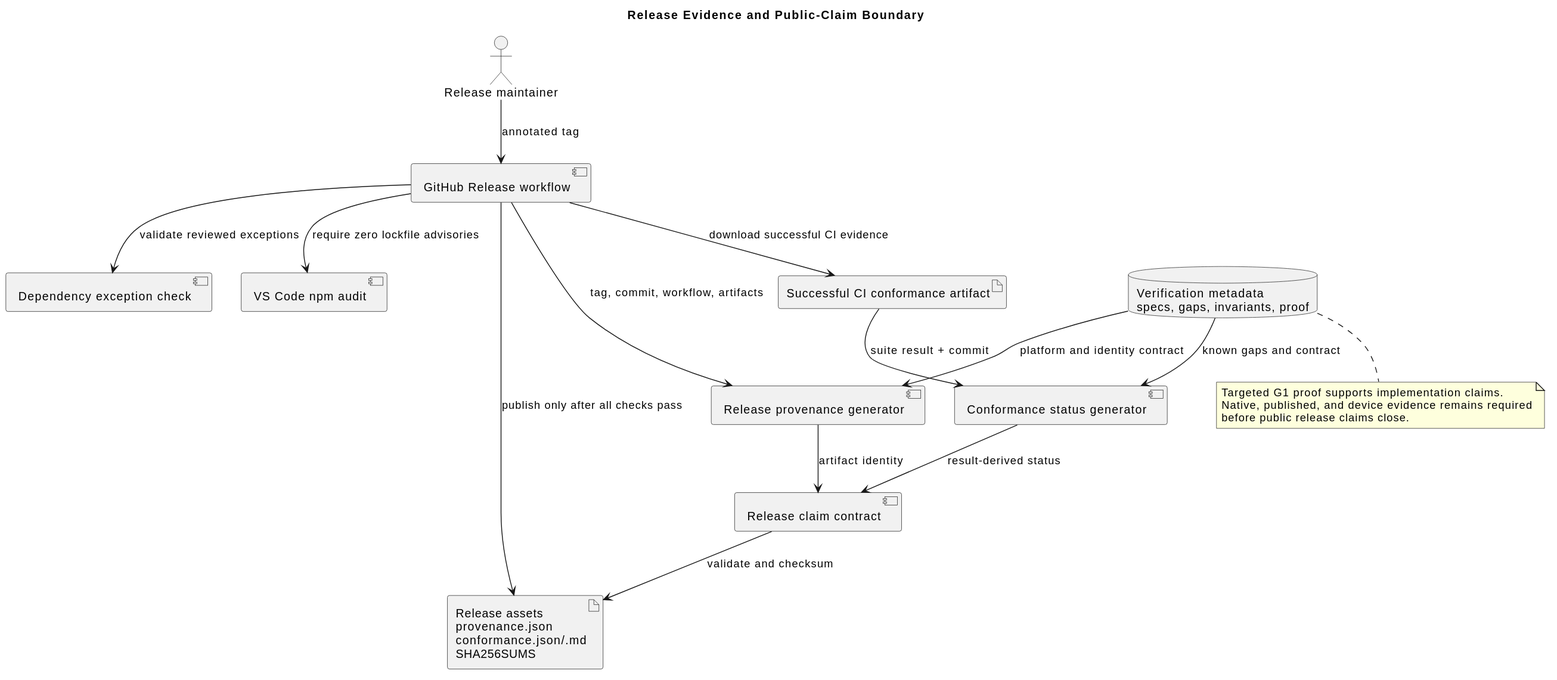
Before: docs/diagrams/generated/release-evidence-flow.svg, a diagram exported from PlantUML (johannesPettersson80/trust-platform). The source it was exported from:
```plantuml
@startuml
title Release Evidence and Public-Claim Boundary

actor "Release maintainer" as maintainer
component "GitHub Release workflow" as release
component "Dependency exception check" as dependencyPolicy
component "VS Code npm audit" as npmAudit
artifact "Successful CI conformance artifact" as conformanceInput
component "Conformance status generator" as conformanceGenerator
component "Release provenance generator" as provenanceGenerator
component "Release claim contract" as claimContract
artifact "Release assets\nprovenance.json\nconformance.json/.md\nSHA256SUMS" as assets
database "Verification metadata\nspecs, gaps, invariants, proof" as verification

maintainer --> release : annotated tag
release --> dependencyPolicy : validate reviewed exceptions
release --> npmAudit : require zero lockfile advisories
release --> conformanceInput : download successful CI evidence
conformanceInput --> conformanceGenerator : suite result + commit
verification --> conformanceGenerator : known gaps and contract
release --> provenanceGenerator : tag, commit, workflow, artifacts
verification --> provenanceGenerator : platform and identity contract
conformanceGenerator --> claimContract : result-derived status
provenanceGenerator --> claimContract : artifact identity
claimContract --> assets : validate and checksum
release --> assets : publish only after all checks pass

note bottom of verification
  Targeted G1 proof supports implementation claims.
  Native, published, and device evidence remains required
  before public release claims close.
end note
@enduml
```
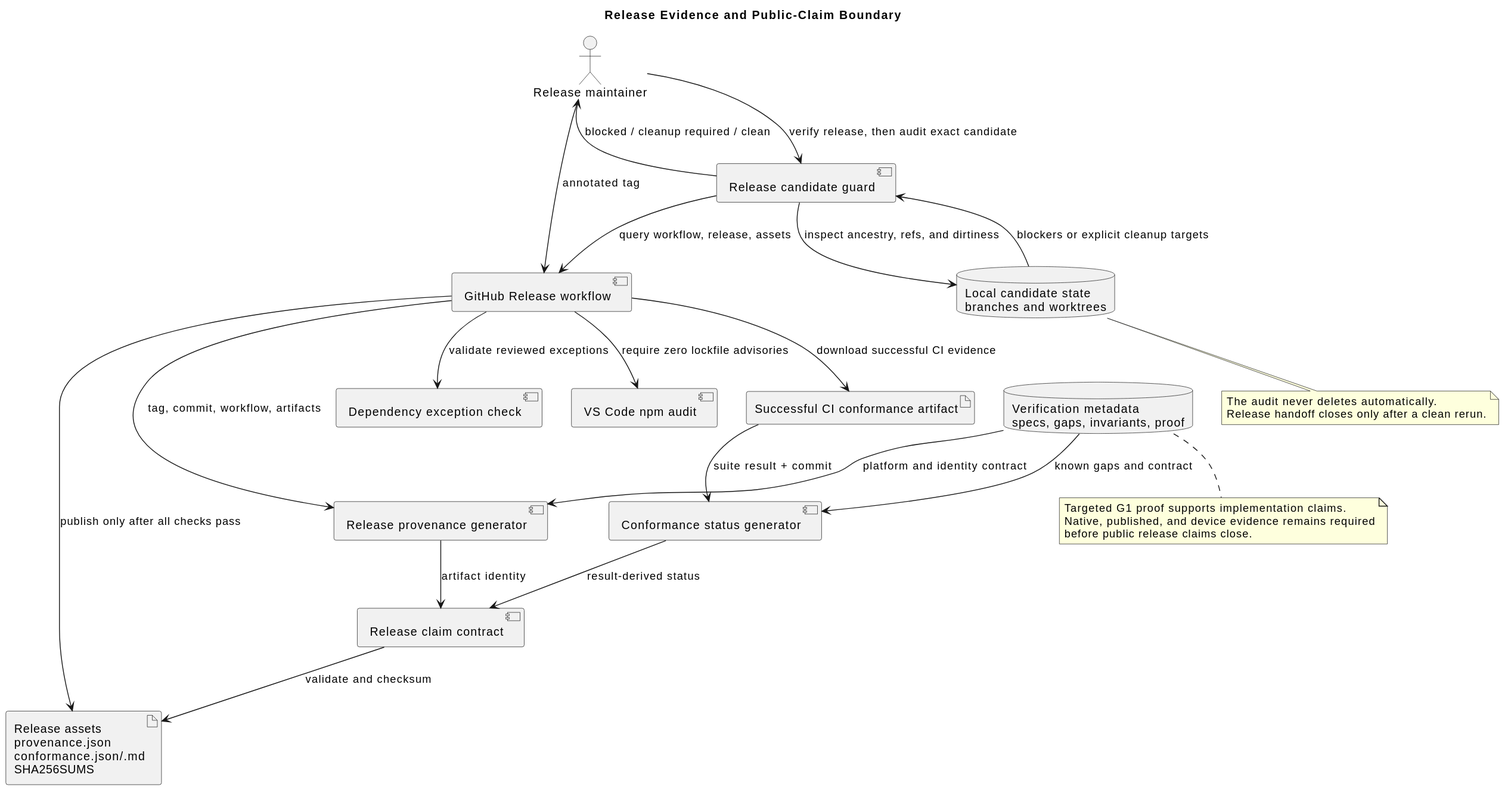
Later version of the same file.

Change to the diagram source:
```diff
@@ -3,6 +3,8 @@
 
 actor "Release maintainer" as maintainer
 component "GitHub Release workflow" as release
+component "Release candidate guard" as releaseGuard
+database "Local candidate state\nbranches and worktrees" as candidateState
 component "Dependency exception check" as dependencyPolicy
 component "VS Code npm audit" as npmAudit
 artifact "Successful CI conformance artifact" as conformanceInput
@@ -13,6 +15,11 @@
 database "Verification metadata\nspecs, gaps, invariants, proof" as verification
 
 maintainer --> release : annotated tag
+maintainer --> releaseGuard : verify release, then audit exact candidate
+releaseGuard --> release : query workflow, release, assets
+releaseGuard --> candidateState : inspect ancestry, refs, and dirtiness
+candidateState --> releaseGuard : blockers or explicit cleanup targets
+releaseGuard --> maintainer : blocked / cleanup required / clean
 release --> dependencyPolicy : validate reviewed exceptions
 release --> npmAudit : require zero lockfile advisories
 release --> conformanceInput : download successful CI evidence
@@ -30,4 +37,9 @@
   Native, published, and device evidence remains required
   before public release claims close.
 end note
+
+note bottom of candidateState
+  The audit never deletes automatically.
+  Release handoff closes only after a clean rerun.
+end note
 @enduml
```
